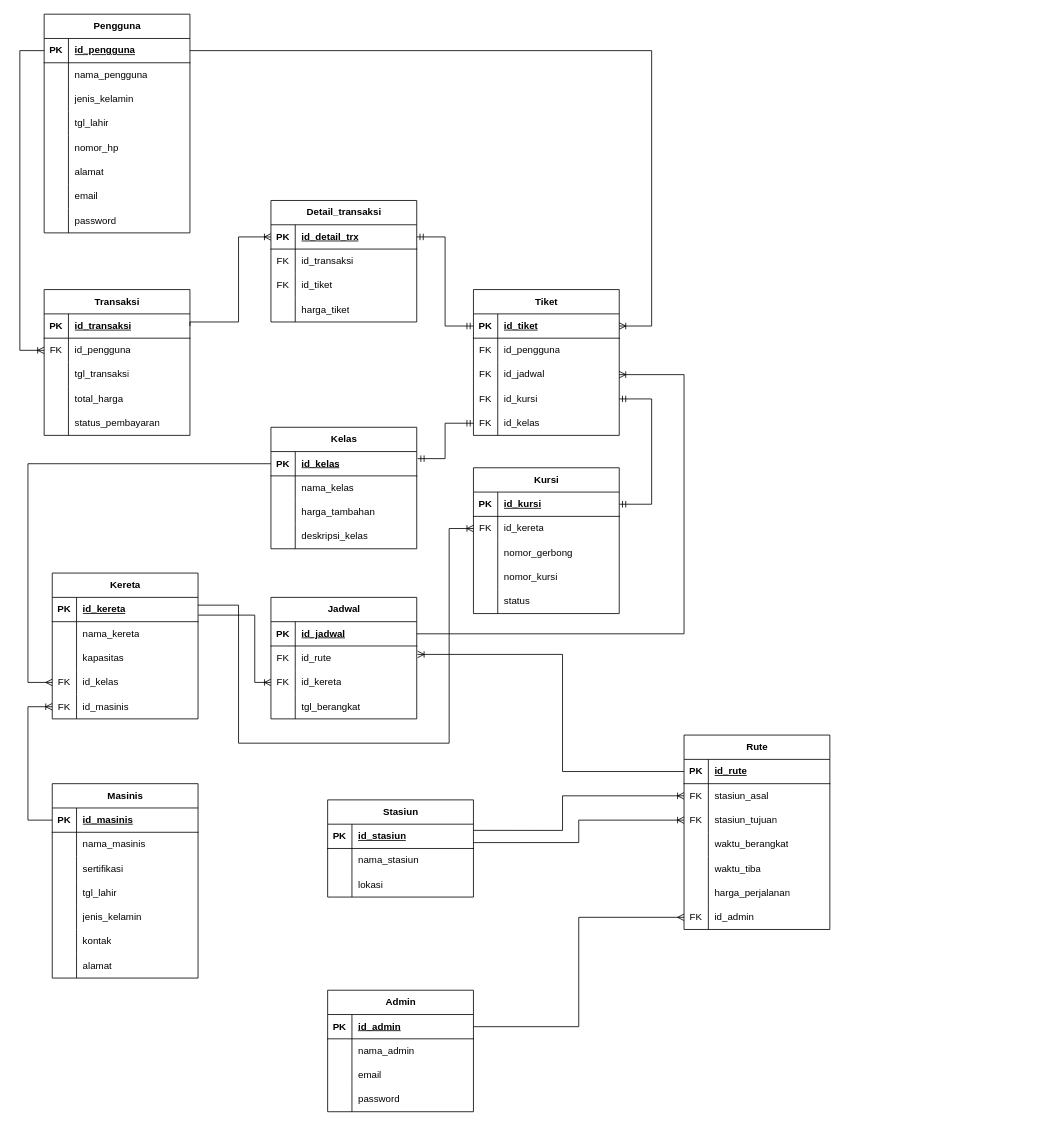
The draw.io diagram page "PDM" (2 of 2) of PraktikumBasis_Modul5.drawio in elikawicaksana/praktikum-basis-data, before the edit. Source tidied: cells renumbered, new cells numbered last; positions are measured from the earlier drawing's top-left corner, leaving out a move shared by most shapes. Both pictures are drawn from the tidied source at 81%, with x=0, y=0 at pixel (19, 14).
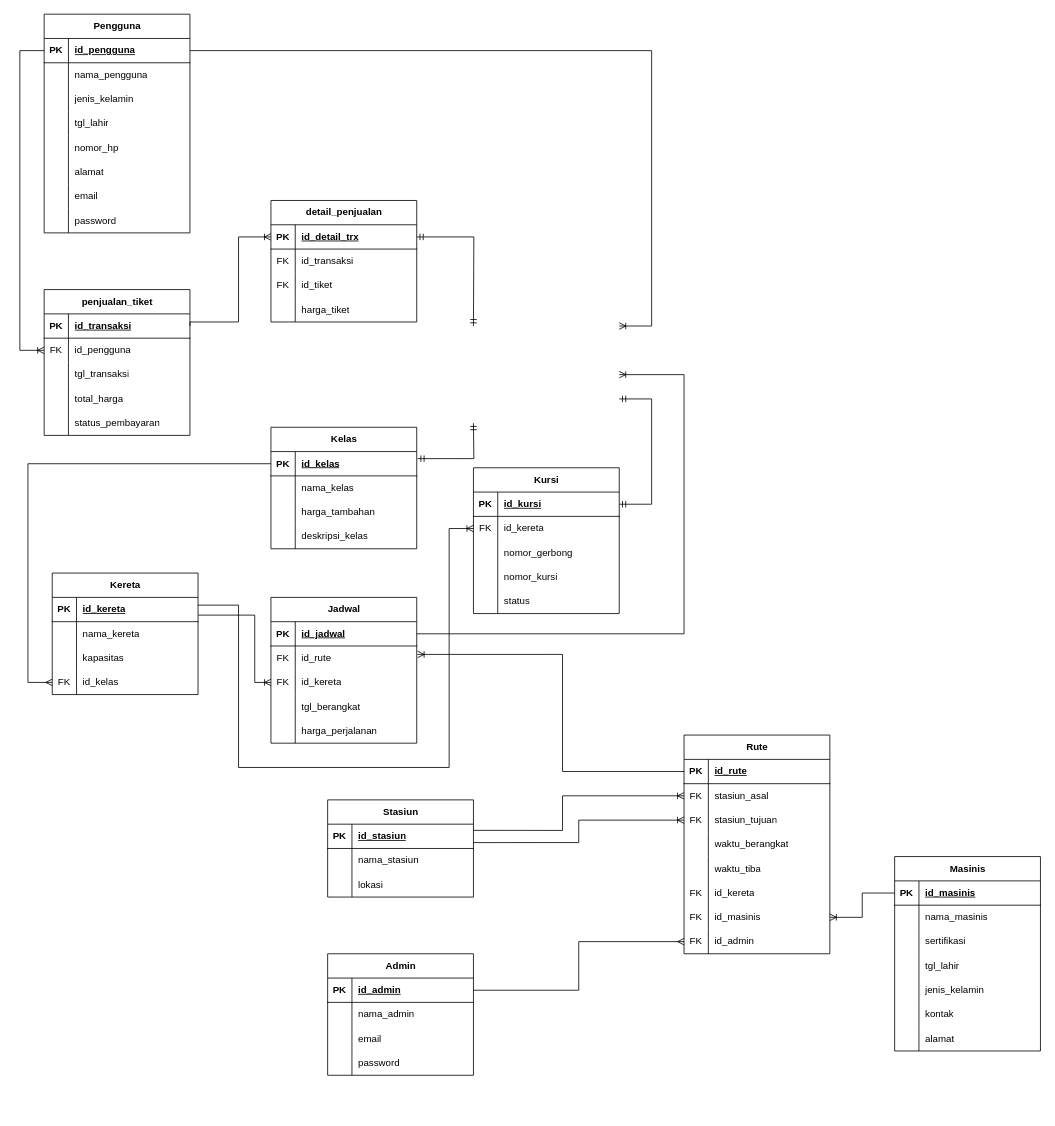
After the change.

Unchanged cells that the change refers to:
```xml
<mxCell id="3" style="shape=tableRow;horizontal=0;startSize=0;swimlaneHead=0;swimlaneBody=0;fillColor=none;points=[[0,0.5],[1,0.5]];portConstraint=eastwest;top=0;left=0;right=0;bottom=1;" parent="2" vertex="1">
  <mxGeometry y="30" width="180" height="30" as="geometry" />
</mxCell>
<mxCell id="28" style="shape=tableRow;horizontal=0;startSize=0;swimlaneHead=0;swimlaneBody=0;fillColor=none;points=[[0,0.5],[1,0.5]];portConstraint=eastwest;top=0;left=0;right=0;bottom=1;" parent="27" vertex="1">
  <mxGeometry y="30" width="180" height="30" as="geometry" />
</mxCell>
<mxCell id="41" style="shape=tableRow;horizontal=0;startSize=0;swimlaneHead=0;swimlaneBody=0;fillColor=none;points=[[0,0.5],[1,0.5]];portConstraint=eastwest;top=0;left=0;right=0;bottom=1;" parent="40" vertex="1">
  <mxGeometry y="30" width="180" height="30" as="geometry" />
</mxCell>
<mxCell id="54" style="shape=tableRow;horizontal=0;startSize=0;swimlaneHead=0;swimlaneBody=0;fillColor=none;points=[[0,0.5],[1,0.5]];portConstraint=eastwest;top=0;left=0;right=0;bottom=1;" parent="53" vertex="1">
  <mxGeometry y="30" width="180" height="30" as="geometry" />
</mxCell>
<mxCell id="70" style="shape=tableRow;horizontal=0;startSize=0;swimlaneHead=0;swimlaneBody=0;fillColor=none;points=[[0,0.5],[1,0.5]];portConstraint=eastwest;top=0;left=0;right=0;bottom=1;" parent="69" vertex="1">
  <mxGeometry y="30" width="180" height="30" as="geometry" />
</mxCell>
<mxCell id="123" value="Kursi" style="shape=table;startSize=30;childLayout=tableLayout;rowLines=0;fontStyle=1;align=center;html=1;" parent="1" vertex="1">
  <mxGeometry x="560" y="560" width="180" height="180" as="geometry" />
</mxCell>
<mxCell id="127" style="shape=tableRow;horizontal=0;startSize=0;swimlaneHead=0;swimlaneBody=0;fillColor=none;points=[[0,0.5],[1,0.5]];portConstraint=eastwest;top=0;left=0;right=0;bottom=0;" parent="123" vertex="1">
  <mxGeometry y="60" width="180" height="30" as="geometry" />
</mxCell>
<mxCell id="156" style="shape=tableRow;horizontal=0;startSize=0;swimlaneHead=0;swimlaneBody=0;fillColor=none;points=[[0,0.5],[1,0.5]];portConstraint=eastwest;top=0;left=0;right=0;bottom=1;" parent="155" vertex="1">
  <mxGeometry y="30" width="180" height="30" as="geometry" />
</mxCell>
```

The edit, as a diff of the source:
```diff
@@
     <mxCell id="27" value="Admin" style="shape=table;startSize=30;childLayout=tableLayout;rowLines=0;fontStyle=1;align=center;html=1;" parent="1" vertex="1">
-      <mxGeometry x="380" y="1205" width="180" height="150" as="geometry" />
+      <mxGeometry x="380" y="1160" width="180" height="150" as="geometry" />
     </mxCell>
@@
     <mxCell id="53" value="Kereta" style="shape=table;startSize=30;childLayout=tableLayout;rowLines=0;fontStyle=1;align=center;html=1;" parent="1" vertex="1">
-      <mxGeometry x="40" y="690" width="180" height="180" as="geometry" />
+      <mxGeometry x="40" y="690" width="180" height="150" as="geometry" />
     </mxCell>
@@
-    <mxCell id="66" style="shape=tableRow;horizontal=0;startSize=0;swimlaneHead=0;swimlaneBody=0;fillColor=none;points=[[0,0.5],[1,0.5]];portConstraint=eastwest;top=0;left=0;right=0;bottom=0;" parent="53" vertex="1">
-      <mxGeometry y="150" width="180" height="30" as="geometry" />
-    </mxCell>
-    <mxCell id="67" value="FK" style="shape=partialRectangle;fillColor=none;top=0;left=0;bottom=0;right=0;overflow=hidden;whiteSpace=wrap;html=1;" parent="66" vertex="1">
-      <mxGeometry width="30" height="30" as="geometry" />
-    </mxCell>
-    <mxCell id="68" value="id_masinis" style="shape=partialRectangle;fillColor=none;top=0;left=0;bottom=0;right=0;align=left;spacingLeft=6;overflow=hidden;whiteSpace=wrap;html=1;" parent="66" vertex="1">
-      <mxGeometry x="30" width="150" height="30" as="geometry" />
-    </mxCell>
     <mxCell id="69" value="Masinis" style="shape=table;startSize=30;childLayout=tableLayout;rowLines=0;fontStyle=1;align=center;html=1;" parent="1" vertex="1">
-      <mxGeometry x="40" y="950" width="180" height="240" as="geometry" />
+      <mxGeometry x="1080" y="1040" width="180" height="240" as="geometry" />
     </mxCell>
@@
     <mxCell id="101" value="Rute" style="shape=table;startSize=30;childLayout=tableLayout;rowLines=0;fontStyle=1;align=center;html=1;" parent="1" vertex="1">
-      <mxGeometry x="820" y="890" width="180" height="240" as="geometry" />
+      <mxGeometry x="820" y="890" width="180" height="270" as="geometry" />
     </mxCell>
@@
-    <mxCell id="117" style="shape=tableRow;horizontal=0;startSize=0;swimlaneHead=0;swimlaneBody=0;fillColor=none;top=0;left=0;right=0;bottom=0;" parent="101" vertex="1">
-      <mxGeometry y="180" width="180" height="30" as="geometry" />
-    </mxCell>
-    <mxCell id="118" style="shape=partialRectangle;fillColor=none;top=0;left=0;bottom=0;right=0;overflow=hidden;whiteSpace=wrap;html=1;" parent="117" vertex="1">
-      <mxGeometry width="30" height="30" as="geometry" />
-    </mxCell>
-    <mxCell id="119" value="harga_perjalanan" style="shape=partialRectangle;fillColor=none;top=0;left=0;bottom=0;right=0;align=left;spacingLeft=6;overflow=hidden;whiteSpace=wrap;html=1;" parent="117" vertex="1">
-      <mxGeometry x="30" width="150" height="30" as="geometry" />
-    </mxCell>
     <mxCell id="120" style="shape=tableRow;horizontal=0;startSize=0;swimlaneHead=0;swimlaneBody=0;fillColor=none;points=[[0,0.5],[1,0.5]];portConstraint=eastwest;top=0;left=0;right=0;bottom=0;" parent="101" vertex="1">
-      <mxGeometry y="210" width="180" height="30" as="geometry" />
+      <mxGeometry y="180" width="180" height="30" as="geometry" />
     </mxCell>
@@
-    <mxCell id="122" value="id_admin" style="shape=partialRectangle;fillColor=none;top=0;left=0;bottom=0;right=0;align=left;spacingLeft=6;overflow=hidden;whiteSpace=wrap;html=1;" parent="120" vertex="1">
+    <mxCell id="122" value="id_kereta" style="shape=partialRectangle;fillColor=none;top=0;left=0;bottom=0;right=0;align=left;spacingLeft=6;overflow=hidden;whiteSpace=wrap;html=1;" parent="120" vertex="1">
       <mxGeometry x="30" width="150" height="30" as="geometry" />
     </mxCell>
+    <mxCell id="212" style="shape=tableRow;horizontal=0;startSize=0;swimlaneHead=0;swimlaneBody=0;fillColor=none;points=[[0,0.5],[1,0.5]];portConstraint=eastwest;top=0;left=0;right=0;bottom=0;" parent="101" vertex="1">
+      <mxGeometry y="210" width="180" height="30" as="geometry" />
+    </mxCell>
+    <mxCell id="213" value="FK" style="shape=partialRectangle;fillColor=none;top=0;left=0;bottom=0;right=0;overflow=hidden;whiteSpace=wrap;html=1;" parent="212" vertex="1">
+      <mxGeometry width="30" height="30" as="geometry" />
+    </mxCell>
+    <mxCell id="68" value="id_masinis" style="shape=partialRectangle;fillColor=none;top=0;left=0;bottom=0;right=0;align=left;spacingLeft=6;overflow=hidden;whiteSpace=wrap;html=1;" parent="212" vertex="1">
+      <mxGeometry x="30" width="150" height="30" as="geometry" />
+    </mxCell>
+    <mxCell id="214" style="shape=tableRow;horizontal=0;startSize=0;swimlaneHead=0;swimlaneBody=0;fillColor=none;points=[[0,0.5],[1,0.5]];portConstraint=eastwest;top=0;left=0;right=0;bottom=0;" parent="101" vertex="1">
+      <mxGeometry y="240" width="180" height="30" as="geometry" />
+    </mxCell>
+    <mxCell id="215" value="FK" style="shape=partialRectangle;fillColor=none;top=0;left=0;bottom=0;right=0;overflow=hidden;whiteSpace=wrap;html=1;" parent="214" vertex="1">
+      <mxGeometry width="30" height="30" as="geometry" />
+    </mxCell>
+    <mxCell id="216" value="id_admin" style="shape=partialRectangle;fillColor=none;top=0;left=0;bottom=0;right=0;align=left;spacingLeft=6;overflow=hidden;whiteSpace=wrap;html=1;" parent="214" vertex="1">
+      <mxGeometry x="30" width="150" height="30" as="geometry" />
+    </mxCell>
@@
-    <mxCell id="139" value="Transaksi" style="shape=table;startSize=30;childLayout=tableLayout;rowLines=0;fontStyle=1;align=center;html=1;" parent="1" vertex="1">
+    <mxCell id="139" value="penjualan_tiket" style="shape=table;startSize=30;childLayout=tableLayout;rowLines=0;fontStyle=1;align=center;html=1;" parent="1" vertex="1">
       <mxGeometry x="30" y="340" width="180" height="180" as="geometry" />
     </mxCell>
@@
-    <mxCell id="155" value="Detail_transaksi" style="shape=table;startSize=30;childLayout=tableLayout;rowLines=0;fontStyle=1;align=center;html=1;" parent="1" vertex="1">
+    <mxCell id="155" value="detail_penjualan" style="shape=table;startSize=30;childLayout=tableLayout;rowLines=0;fontStyle=1;align=center;html=1;" parent="1" vertex="1">
       <mxGeometry x="310" y="230" width="180" height="150" as="geometry" />
     </mxCell>
@@
-    <mxCell id="168" value="Tiket" style="shape=table;startSize=30;childLayout=tableLayout;rowLines=0;fontStyle=1;align=center;html=1;" parent="1" vertex="1">
-      <mxGeometry x="560" y="340" width="180" height="180" as="geometry" />
-    </mxCell>
-    <mxCell id="169" style="shape=tableRow;horizontal=0;startSize=0;swimlaneHead=0;swimlaneBody=0;fillColor=none;points=[[0,0.5],[1,0.5]];portConstraint=eastwest;top=0;left=0;right=0;bottom=1;" parent="168" vertex="1">
-      <mxGeometry y="30" width="180" height="30" as="geometry" />
-    </mxCell>
-    <mxCell id="170" value="PK" style="shape=partialRectangle;fillColor=none;top=0;left=0;bottom=0;right=0;fontStyle=1;overflow=hidden;whiteSpace=wrap;html=1;" parent="169" vertex="1">
-      <mxGeometry width="30" height="30" as="geometry" />
-    </mxCell>
-    <mxCell id="171" value="id_tiket" style="shape=partialRectangle;fillColor=none;top=0;left=0;bottom=0;right=0;align=left;spacingLeft=6;fontStyle=5;overflow=hidden;whiteSpace=wrap;html=1;" parent="169" vertex="1">
-      <mxGeometry x="30" width="150" height="30" as="geometry" />
-    </mxCell>
-    <mxCell id="172" style="shape=tableRow;horizontal=0;startSize=0;swimlaneHead=0;swimlaneBody=0;fillColor=none;top=0;left=0;right=0;bottom=0;" parent="168" vertex="1">
-      <mxGeometry y="60" width="180" height="30" as="geometry" />
-    </mxCell>
-    <mxCell id="173" value="FK" style="shape=partialRectangle;fillColor=none;top=0;left=0;bottom=0;right=0;overflow=hidden;whiteSpace=wrap;html=1;" parent="172" vertex="1">
-      <mxGeometry width="30" height="30" as="geometry" />
-    </mxCell>
-    <mxCell id="174" value="id_pengguna" style="shape=partialRectangle;fillColor=none;top=0;left=0;bottom=0;right=0;align=left;spacingLeft=6;overflow=hidden;whiteSpace=wrap;html=1;" parent="172" vertex="1">
-      <mxGeometry x="30" width="150" height="30" as="geometry" />
-    </mxCell>
-    <mxCell id="175" style="shape=tableRow;horizontal=0;startSize=0;swimlaneHead=0;swimlaneBody=0;fillColor=none;points=[[0,0.5],[1,0.5]];portConstraint=eastwest;top=0;left=0;right=0;bottom=0;" parent="168" vertex="1">
-      <mxGeometry y="90" width="180" height="30" as="geometry" />
-    </mxCell>
-    <mxCell id="176" value="FK" style="shape=partialRectangle;fillColor=none;top=0;left=0;bottom=0;right=0;overflow=hidden;whiteSpace=wrap;html=1;" parent="175" vertex="1">
-      <mxGeometry width="30" height="30" as="geometry" />
-    </mxCell>
-    <mxCell id="177" value="id_jadwal" style="shape=partialRectangle;fillColor=none;top=0;left=0;bottom=0;right=0;align=left;spacingLeft=6;overflow=hidden;whiteSpace=wrap;html=1;" parent="175" vertex="1">
-      <mxGeometry x="30" width="150" height="30" as="geometry" />
-    </mxCell>
-    <mxCell id="178" style="shape=tableRow;horizontal=0;startSize=0;swimlaneHead=0;swimlaneBody=0;fillColor=none;points=[[0,0.5],[1,0.5]];portConstraint=eastwest;top=0;left=0;right=0;bottom=0;" parent="168" vertex="1">
-      <mxGeometry y="120" width="180" height="30" as="geometry" />
-    </mxCell>
-    <mxCell id="179" value="FK" style="shape=partialRectangle;fillColor=none;top=0;left=0;bottom=0;right=0;overflow=hidden;whiteSpace=wrap;html=1;" parent="178" vertex="1">
-      <mxGeometry width="30" height="30" as="geometry" />
-    </mxCell>
-    <mxCell id="180" value="id_kursi" style="shape=partialRectangle;fillColor=none;top=0;left=0;bottom=0;right=0;align=left;spacingLeft=6;overflow=hidden;whiteSpace=wrap;html=1;" parent="178" vertex="1">
-      <mxGeometry x="30" width="150" height="30" as="geometry" />
-    </mxCell>
-    <mxCell id="181" style="shape=tableRow;horizontal=0;startSize=0;swimlaneHead=0;swimlaneBody=0;fillColor=none;points=[[0,0.5],[1,0.5]];portConstraint=eastwest;top=0;left=0;right=0;bottom=0;" parent="168" vertex="1">
-      <mxGeometry y="150" width="180" height="30" as="geometry" />
-    </mxCell>
-    <mxCell id="182" value="FK" style="shape=partialRectangle;fillColor=none;top=0;left=0;bottom=0;right=0;overflow=hidden;whiteSpace=wrap;html=1;" parent="181" vertex="1">
-      <mxGeometry width="30" height="30" as="geometry" />
-    </mxCell>
-    <mxCell id="183" value="id_kelas" style="shape=partialRectangle;fillColor=none;top=0;left=0;bottom=0;right=0;align=left;spacingLeft=6;overflow=hidden;whiteSpace=wrap;html=1;" parent="181" vertex="1">
-      <mxGeometry x="30" width="150" height="30" as="geometry" />
-    </mxCell>
     <mxCell id="184" value="Jadwal" style="shape=table;startSize=30;childLayout=tableLayout;rowLines=0;fontStyle=1;align=center;html=1;" parent="1" vertex="1">
-      <mxGeometry x="310" y="720" width="180" height="150" as="geometry" />
+      <mxGeometry x="310" y="720" width="180" height="180" as="geometry" />
     </mxCell>
@@
+    <mxCell id="217" style="shape=tableRow;horizontal=0;startSize=0;swimlaneHead=0;swimlaneBody=0;fillColor=none;top=0;left=0;right=0;bottom=0;" parent="184" vertex="1">
+      <mxGeometry y="150" width="180" height="30" as="geometry" />
+    </mxCell>
+    <mxCell id="118" style="shape=partialRectangle;fillColor=none;top=0;left=0;bottom=0;right=0;overflow=hidden;whiteSpace=wrap;html=1;" parent="217" vertex="1">
+      <mxGeometry width="30" height="30" as="geometry" />
+    </mxCell>
+    <mxCell id="119" value="harga_perjalanan" style="shape=partialRectangle;fillColor=none;top=0;left=0;bottom=0;right=0;align=left;spacingLeft=6;overflow=hidden;whiteSpace=wrap;html=1;" parent="217" vertex="1">
+      <mxGeometry x="30" width="150" height="30" as="geometry" />
+    </mxCell>
@@
-    <mxCell id="199" style="edgeStyle=orthogonalEdgeStyle;fontSize=12;html=1;endArrow=ERmandOne;startArrow=ERmandOne;rounded=0;entryX=0;entryY=0.5;entryDx=0;entryDy=0;exitX=1;exitY=0.5;exitDx=0;exitDy=0;" parent="1" edge="1" source="156" target="169">
-      <mxGeometry relative="1" as="geometry" />
+    <mxCell id="199" style="edgeStyle=orthogonalEdgeStyle;fontSize=12;html=1;endArrow=ERmandOne;startArrow=ERmandOne;rounded=0;entryX=0;entryY=0.5;entryDx=0;entryDy=0;exitX=1;exitY=0.5;exitDx=0;exitDy=0;" parent="1" edge="1" source="156">
+      <mxGeometry relative="1" as="geometry">
+        <mxPoint x="560" y="385" as="targetPoint" />
+      </mxGeometry>
     </mxCell>
-    <mxCell id="200" style="edgeStyle=orthogonalEdgeStyle;fontSize=12;html=1;endArrow=ERoneToMany;rounded=0;exitX=1;exitY=0.5;exitDx=0;exitDy=0;entryX=1;entryY=0.5;entryDx=0;entryDy=0;" parent="1" edge="1" source="3" target="169">
+    <mxCell id="200" style="edgeStyle=orthogonalEdgeStyle;fontSize=12;html=1;endArrow=ERoneToMany;rounded=0;exitX=1;exitY=0.5;exitDx=0;exitDy=0;entryX=1;entryY=0.5;entryDx=0;entryDy=0;" parent="1" edge="1" source="3">
       <mxGeometry relative="1" as="geometry">
+        <mxPoint x="740" y="385" as="targetPoint" />
         <Array as="points">
           <mxPoint x="780" y="45" />
           <mxPoint x="780" y="385" />
         </Array>
       </mxGeometry>
     </mxCell>
-    <mxCell id="201" style="edgeStyle=orthogonalEdgeStyle;fontSize=12;html=1;endArrow=ERmandOne;startArrow=ERmandOne;rounded=0;entryX=0;entryY=0.5;entryDx=0;entryDy=0;exitX=1.006;exitY=0.291;exitDx=0;exitDy=0;exitPerimeter=0;" parent="1" edge="1" source="41" target="181">
-      <mxGeometry relative="1" as="geometry" />
+    <mxCell id="201" style="edgeStyle=orthogonalEdgeStyle;fontSize=12;html=1;endArrow=ERmandOne;startArrow=ERmandOne;rounded=0;entryX=0;entryY=0.5;entryDx=0;entryDy=0;exitX=1.006;exitY=0.291;exitDx=0;exitDy=0;exitPerimeter=0;" parent="1" edge="1" source="41">
+      <mxGeometry relative="1" as="geometry">
+        <mxPoint x="560" y="505" as="targetPoint" />
+      </mxGeometry>
     </mxCell>
-    <mxCell id="202" style="edgeStyle=orthogonalEdgeStyle;fontSize=12;html=1;endArrow=ERmandOne;startArrow=ERmandOne;rounded=0;entryX=1;entryY=0.5;entryDx=0;entryDy=0;exitX=1;exitY=0.25;exitDx=0;exitDy=0;" parent="1" edge="1" source="123" target="178">
+    <mxCell id="202" style="edgeStyle=orthogonalEdgeStyle;fontSize=12;html=1;endArrow=ERmandOne;startArrow=ERmandOne;rounded=0;entryX=1;entryY=0.5;entryDx=0;entryDy=0;exitX=1;exitY=0.25;exitDx=0;exitDy=0;" parent="1" edge="1" source="123">
       <mxGeometry relative="1" as="geometry">
+        <mxPoint x="740" y="475" as="targetPoint" />
         <Array as="points">
           <mxPoint x="780" y="605" />
           <mxPoint x="780" y="475" />
         </Array>
       </mxGeometry>
     </mxCell>
-    <mxCell id="203" style="edgeStyle=orthogonalEdgeStyle;fontSize=12;html=1;endArrow=ERoneToMany;rounded=0;exitX=1;exitY=0.5;exitDx=0;exitDy=0;entryX=1;entryY=0.5;entryDx=0;entryDy=0;" parent="1" edge="1" target="175">
+    <mxCell id="203" style="edgeStyle=orthogonalEdgeStyle;fontSize=12;html=1;endArrow=ERoneToMany;rounded=0;exitX=1;exitY=0.5;exitDx=0;exitDy=0;entryX=1;entryY=0.5;entryDx=0;entryDy=0;" parent="1" edge="1">
       <mxGeometry relative="1" as="geometry">
         <mxPoint x="490" y="765" as="sourcePoint" />
+        <mxPoint x="740" y="445" as="targetPoint" />
         <Array as="points">
           <mxPoint x="820" y="765" />
           <mxPoint x="820" y="445" />
         </Array>
       </mxGeometry>
     </mxCell>
@@
-    <mxCell id="205" style="edgeStyle=orthogonalEdgeStyle;fontSize=12;html=1;endArrow=ERoneToMany;rounded=0;exitX=0;exitY=0.5;exitDx=0;exitDy=0;entryX=0;entryY=0.5;entryDx=0;entryDy=0;" parent="1" edge="1" source="70" target="66">
+    <mxCell id="205" style="edgeStyle=orthogonalEdgeStyle;fontSize=12;html=1;endArrow=ERoneToMany;rounded=0;exitX=0;exitY=0.5;exitDx=0;exitDy=0;entryX=1;entryY=0.5;entryDx=0;entryDy=0;" parent="1" edge="1" source="70" target="212">
       <mxGeometry relative="1" as="geometry">
         <Array as="points">
-          <mxPoint x="10" y="995" />
-          <mxPoint x="10" y="855" />
+          <mxPoint x="1040" y="1085" />
+          <mxPoint x="1040" y="1115" />
         </Array>
       </mxGeometry>
     </mxCell>
     <mxCell id="206" style="edgeStyle=orthogonalEdgeStyle;fontSize=12;html=1;endArrow=ERoneToMany;rounded=0;exitX=0.999;exitY=0.32;exitDx=0;exitDy=0;exitPerimeter=0;entryX=0;entryY=0.5;entryDx=0;entryDy=0;" parent="1" edge="1" source="54" target="127">
       <mxGeometry relative="1" as="geometry">
         <Array as="points">
           <mxPoint x="270" y="730" />
-          <mxPoint x="270" y="900" />
-          <mxPoint x="530" y="900" />
+          <mxPoint x="270" y="930" />
+          <mxPoint x="530" y="930" />
           <mxPoint x="530" y="635" />
         </Array>
       </mxGeometry>
     </mxCell>
@@
-    <mxCell id="209" style="edgeStyle=orthogonalEdgeStyle;fontSize=12;html=1;endArrow=ERmany;rounded=0;entryX=0;entryY=0.5;entryDx=0;entryDy=0;exitX=1;exitY=0.5;exitDx=0;exitDy=0;" parent="1" edge="1" source="28" target="120">
+    <mxCell id="209" style="edgeStyle=orthogonalEdgeStyle;fontSize=12;html=1;endArrow=ERmany;rounded=0;entryX=0;entryY=0.5;entryDx=0;entryDy=0;exitX=1;exitY=0.5;exitDx=0;exitDy=0;" parent="1" edge="1" source="28" target="214">
       <mxGeometry relative="1" as="geometry" />
     </mxCell>
```
